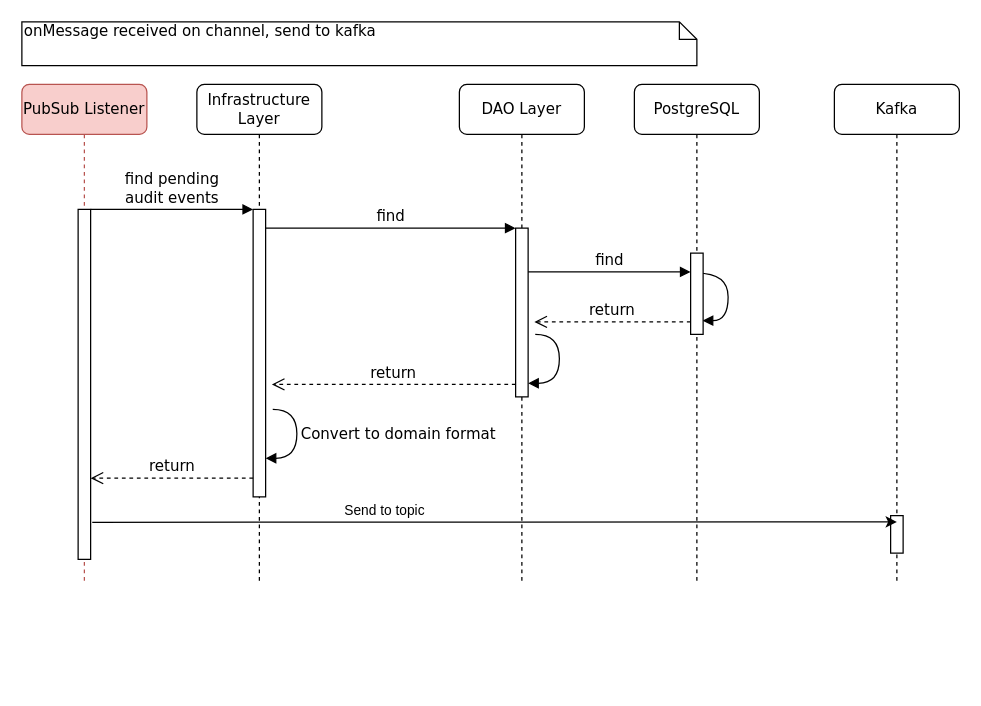
This is docs/drawio/AuditEventListener.drawio from jgautier75/orm-usm, a draw.io file, before an edit. Source tidied: cells renumbered, new cells numbered last; positions are measured from the earlier drawing's top-left corner, leaving out a move shared by most shapes. Both pictures are drawn from the tidied source at 125%, with x=0, y=0 at pixel (21, 21).
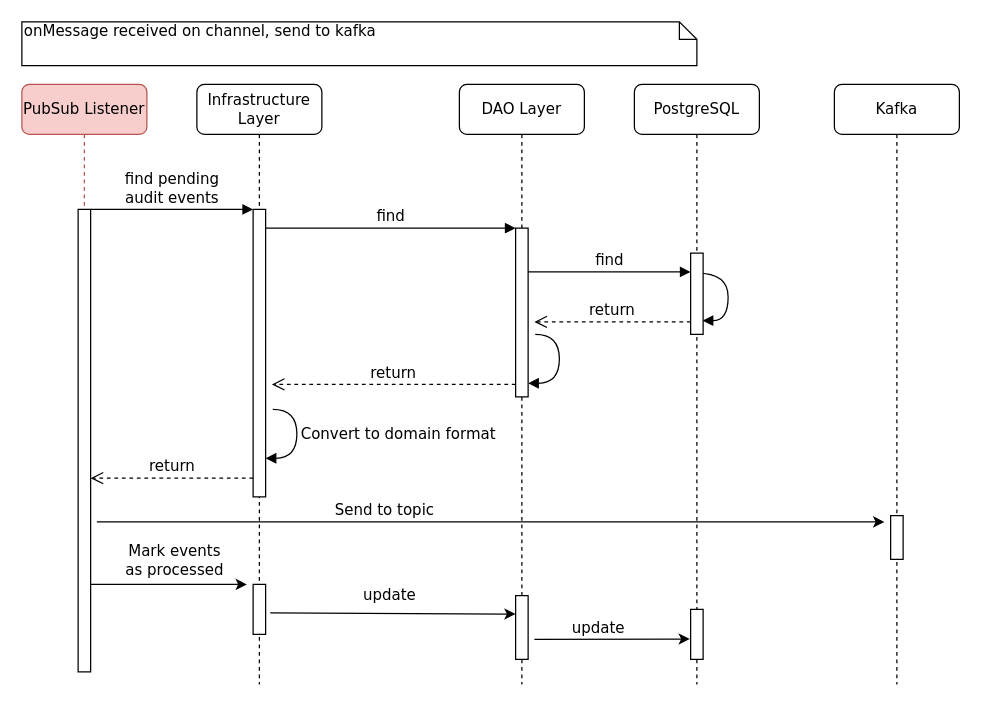
After the change.

What changed in the source:
```diff
@@
     <mxCell id="2" value="Infrastructure Layer" style="shape=umlLifeline;perimeter=lifelinePerimeter;whiteSpace=wrap;html=1;rounded=1;shadow=0;comic=0;labelBackgroundColor=none;strokeWidth=1;fontFamily=Verdana;fontSize=12;align=center;" parent="1" vertex="1">
-      <mxGeometry x="140" y="50" width="100" height="400" as="geometry" />
+      <mxGeometry x="140" y="50" width="100" height="480" as="geometry" />
     </mxCell>
@@
+    <mxCell id="25" style="html=1;points=[];perimeter=orthogonalPerimeter;rounded=0;shadow=0;comic=0;labelBackgroundColor=none;strokeWidth=1;fontFamily=Verdana;fontSize=12;align=center;" parent="2" vertex="1">
+      <mxGeometry x="45" y="400" width="10" height="40" as="geometry" />
+    </mxCell>
     <mxCell id="6" value="DAO Layer" style="shape=umlLifeline;perimeter=lifelinePerimeter;whiteSpace=wrap;html=1;rounded=1;shadow=0;comic=0;labelBackgroundColor=none;strokeWidth=1;fontFamily=Verdana;fontSize=12;align=center;" parent="1" vertex="1">
-      <mxGeometry x="350" y="50" width="100" height="400" as="geometry" />
+      <mxGeometry x="350" y="50" width="100" height="480" as="geometry" />
     </mxCell>
@@
+    <mxCell id="26" style="html=1;points=[];perimeter=orthogonalPerimeter;rounded=0;shadow=0;comic=0;labelBackgroundColor=none;strokeWidth=1;fontFamily=Verdana;fontSize=12;align=center;" parent="6" vertex="1">
+      <mxGeometry x="45" y="409" width="10" height="51" as="geometry" />
+    </mxCell>
     <mxCell id="9" value="PostgreSQL" style="shape=umlLifeline;perimeter=lifelinePerimeter;whiteSpace=wrap;html=1;rounded=1;shadow=0;comic=0;labelBackgroundColor=none;strokeWidth=1;fontFamily=Verdana;fontSize=12;align=center;" parent="1" vertex="1">
-      <mxGeometry x="490" y="50" width="100" height="400" as="geometry" />
+      <mxGeometry x="490" y="50" width="100" height="480" as="geometry" />
     </mxCell>
@@
+    <mxCell id="27" style="html=1;points=[];perimeter=orthogonalPerimeter;rounded=0;shadow=0;comic=0;labelBackgroundColor=none;strokeWidth=1;fontFamily=Verdana;fontSize=12;align=center;" parent="9" vertex="1">
+      <mxGeometry x="45" y="420" width="10" height="40" as="geometry" />
+    </mxCell>
+    <mxCell id="28" style="endArrow=classic;html=1;rounded=0;entryX=-0.062;entryY=0.592;entryDx=0;entryDy=0;entryPerimeter=0;" parent="9" edge="1" target="27">
+      <mxGeometry relative="1" as="geometry">
+        <mxPoint x="-80" y="444" as="sourcePoint" />
+      </mxGeometry>
+    </mxCell>
+    <mxCell id="29" value="&lt;font style=&quot;font-size: 12px;&quot; face=&quot;Verdana&quot;&gt;update&lt;/font&gt;" style="edgeLabel;html=1;align=center;verticalAlign=middle;" parent="28" vertex="1">
+      <mxGeometry x="-0.19" y="-2" relative="1" as="geometry">
+        <mxPoint y="-11" as="offset" />
+      </mxGeometry>
+    </mxCell>
     <mxCell id="13" value="Kafka" style="shape=umlLifeline;perimeter=lifelinePerimeter;whiteSpace=wrap;html=1;rounded=1;shadow=0;comic=0;labelBackgroundColor=none;strokeWidth=1;fontFamily=Verdana;fontSize=12;align=center;" parent="1" vertex="1">
-      <mxGeometry x="650" y="50" width="100" height="400" as="geometry" />
+      <mxGeometry x="650" y="50" width="100" height="480" as="geometry" />
     </mxCell>
     <mxCell id="14" style="html=1;perimeter=orthogonalPerimeter;rounded=0;shadow=0;comic=0;labelBackgroundColor=none;strokeColor=#000000;strokeWidth=1;fillColor=#FFFFFF;fontFamily=Verdana;fontSize=12;fontColor=#000000;align=center;" parent="13" vertex="1">
-      <mxGeometry x="45" y="345" width="10" height="30" as="geometry" />
+      <mxGeometry x="45" y="345" width="10" height="35" as="geometry" />
     </mxCell>
     <mxCell id="15" value="PubSub Listener" style="shape=umlLifeline;perimeter=lifelinePerimeter;whiteSpace=wrap;html=1;rounded=1;shadow=0;comic=0;labelBackgroundColor=none;strokeWidth=1;fontFamily=Verdana;fontSize=12;align=center;fillColor=#f8cecc;strokeColor=#b85450;" parent="1" vertex="1">
-      <mxGeometry y="50" width="100" height="400" as="geometry" />
+      <mxGeometry y="50" width="100" height="470" as="geometry" />
     </mxCell>
     <mxCell id="16" style="html=1;points=[];perimeter=orthogonalPerimeter;rounded=0;shadow=0;comic=0;labelBackgroundColor=none;strokeWidth=1;fontFamily=Verdana;fontSize=12;align=center;" parent="15" vertex="1">
-      <mxGeometry x="45" y="100" width="10" height="280" as="geometry" />
+      <mxGeometry x="45" y="100" width="10" height="370" as="geometry" />
     </mxCell>
@@
+    <mxCell id="30" style="endArrow=classic;html=1;rounded=0;exitX=1.129;exitY=0.894;exitDx=0;exitDy=0;exitPerimeter=0;" parent="15" edge="1">
+      <mxGeometry relative="1" as="geometry">
+        <mxPoint x="55" y="400" as="sourcePoint" />
+        <mxPoint x="180" y="400" as="targetPoint" />
+      </mxGeometry>
+    </mxCell>
+    <mxCell id="31" value="&lt;font style=&quot;font-size: 12px;&quot; face=&quot;Verdana&quot;&gt;Mark events &lt;br&gt;as processed&lt;/font&gt;" style="edgeLabel;html=1;align=center;verticalAlign=middle;" parent="30" vertex="1">
+      <mxGeometry x="-0.39" y="1" relative="1" as="geometry">
+        <mxPoint x="28" y="-19" as="offset" />
+      </mxGeometry>
+    </mxCell>
@@
-    <mxCell id="23" style="endArrow=classic;html=1;rounded=0;exitX=1.129;exitY=0.894;exitDx=0;exitDy=0;exitPerimeter=0;" parent="1" edge="1" source="16">
+    <mxCell id="23" style="endArrow=classic;html=1;rounded=0;" parent="1" edge="1">
       <mxGeometry relative="1" as="geometry">
-        <mxPoint x="700" y="400" as="targetPoint" />
+        <mxPoint x="60" y="400" as="sourcePoint" />
+        <mxPoint x="690" y="400" as="targetPoint" />
       </mxGeometry>
     </mxCell>
-    <mxCell id="24" value="Send to topic" style="edgeLabel;html=1;align=center;verticalAlign=middle;" parent="23" vertex="1">
+    <mxCell id="24" value="&lt;font style=&quot;font-size: 12px;&quot; face=&quot;Verdana&quot;&gt;Send to topic&lt;/font&gt;" style="edgeLabel;html=1;align=center;verticalAlign=middle;" parent="23" vertex="1">
       <mxGeometry x="-0.39" y="1" relative="1" as="geometry">
         <mxPoint x="37" y="-9" as="offset" />
       </mxGeometry>
     </mxCell>
+    <mxCell id="32" style="endArrow=classic;html=1;rounded=0;exitX=1.367;exitY=0.568;exitDx=0;exitDy=0;exitPerimeter=0;entryX=-0.002;entryY=0.289;entryDx=0;entryDy=0;entryPerimeter=0;" parent="1" edge="1" source="25" target="26">
+      <mxGeometry relative="1" as="geometry" />
+    </mxCell>
+    <mxCell id="33" value="&lt;font style=&quot;font-size: 12px;&quot; face=&quot;Verdana&quot;&gt;update&lt;/font&gt;" style="edgeLabel;html=1;align=center;verticalAlign=middle;" parent="32" vertex="1">
+      <mxGeometry x="-0.03" y="1" relative="1" as="geometry">
+        <mxPoint y="-14" as="offset" />
+      </mxGeometry>
+    </mxCell>
```
